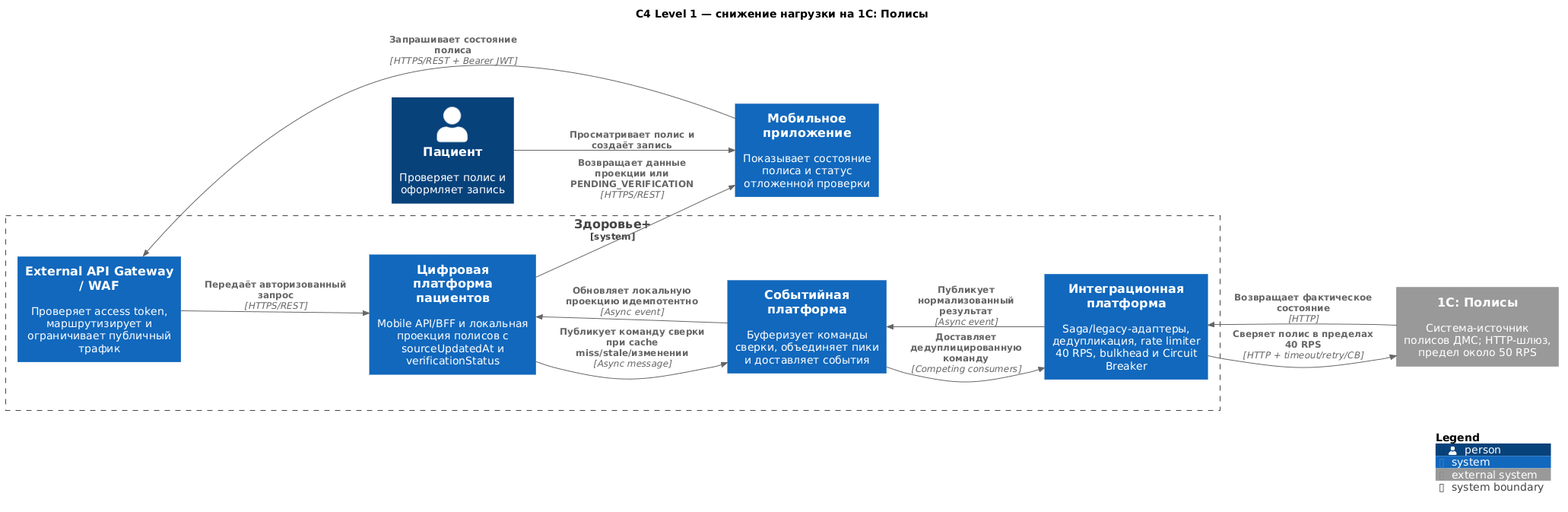
The PlantUML diagram Task4.1/insurance-load-reduction.png in NovikovMS/Solution-Health, before a commit. Its source is kept beside it as Task4.1/insurance-load-reduction.puml. Its diagram source:
```plantuml
@startuml
!include <C4/C4_Context>

title C4 Level 1 — снижение нагрузки на 1С: Полисы

LAYOUT_LEFT_RIGHT()

Person(patient, "Пациент", "Проверяет полис и оформляет запись")

System(mobile, "Мобильное приложение", "Показывает состояние полиса и статус отложенной проверки")
System_Boundary(healthplus, "Здоровье+") {
  System(gateway, "External API Gateway / WAF", "Проверяет access token, маршрутизирует и ограничивает публичный трафик")
  System(digital, "Цифровая платформа пациентов", "Mobile API/BFF и локальная проекция полисов с sourceUpdatedAt и verificationStatus")
  System(events, "Событийная платформа", "Буферизует команды сверки, объединяет пики и доставляет события")
  System(integration, "Интеграционная платформа", "Saga/legacy-адаптеры, дедупликация, rate limiter 40 RPS, bulkhead и Circuit Breaker")
}
System_Ext(policy1c, "1С: Полисы", "Система-источник полисов ДМС; HTTP-шлюз, предел около 50 RPS")

Rel(patient, mobile, "Просматривает полис и создаёт запись")
Rel(mobile, gateway, "Запрашивает состояние полиса", "HTTPS/REST + Bearer JWT")
Rel(gateway, digital, "Передаёт авторизованный запрос", "HTTPS/REST")
Rel(digital, mobile, "Возвращает данные проекции или PENDING_VERIFICATION", "HTTPS/REST")

Rel(digital, events, "Публикует команду сверки при cache miss/stale/изменении", "Async message")
Rel(events, integration, "Доставляет дедуплицированную команду", "Competing consumers")
Rel(integration, policy1c, "Сверяет полис в пределах 40 RPS", "HTTP + timeout/retry/CB")
Rel(policy1c, integration, "Возвращает фактическое состояние", "HTTP")
Rel(integration, events, "Публикует нормализованный результат", "Async event")
Rel(events, digital, "Обновляет локальную проекцию идемпотентно", "Async event")

SHOW_LEGEND()
@enduml
```
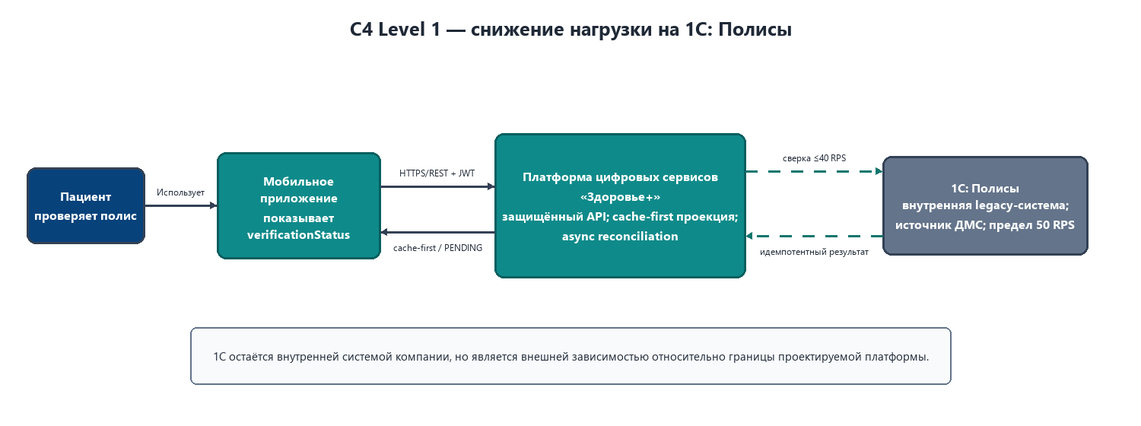
Above is the later version.

Diff of the diagram source:
```diff
@@ -8,25 +8,14 @@
 Person(patient, "Пациент", "Проверяет полис и оформляет запись")
 
 System(mobile, "Мобильное приложение", "Показывает состояние полиса и статус отложенной проверки")
-System_Boundary(healthplus, "Здоровье+") {
-  System(gateway, "External API Gateway / WAF", "Проверяет access token, маршрутизирует и ограничивает публичный трафик")
-  System(digital, "Цифровая платформа пациентов", "Mobile API/BFF и локальная проекция полисов с sourceUpdatedAt и verificationStatus")
-  System(events, "Событийная платформа", "Буферизует команды сверки, объединяет пики и доставляет события")
-  System(integration, "Интеграционная платформа", "Saga/legacy-адаптеры, дедупликация, rate limiter 40 RPS, bulkhead и Circuit Breaker")
-}
-System_Ext(policy1c, "1С: Полисы", "Система-источник полисов ДМС; HTTP-шлюз, предел около 50 RPS")
+System(healthplus, "Платформа цифровых сервисов «Здоровье+»", "Защищённый публичный API, cache-first проекция полисов и асинхронная сверка")
+System_Ext(policy1c, "1С: Полисы", "Внутренняя система компании, внешняя по отношению к проектируемой платформе; источник ДМС, предел около 50 RPS")
 
 Rel(patient, mobile, "Просматривает полис и создаёт запись")
-Rel(mobile, gateway, "Запрашивает состояние полиса", "HTTPS/REST + Bearer JWT")
-Rel(gateway, digital, "Передаёт авторизованный запрос", "HTTPS/REST")
-Rel(digital, mobile, "Возвращает данные проекции или PENDING_VERIFICATION", "HTTPS/REST")
-
-Rel(digital, events, "Публикует команду сверки при cache miss/stale/изменении", "Async message")
-Rel(events, integration, "Доставляет дедуплицированную команду", "Competing consumers")
-Rel(integration, policy1c, "Сверяет полис в пределах 40 RPS", "HTTP + timeout/retry/CB")
-Rel(policy1c, integration, "Возвращает фактическое состояние", "HTTP")
-Rel(integration, events, "Публикует нормализованный результат", "Async event")
-Rel(events, digital, "Обновляет локальную проекцию идемпотентно", "Async event")
+Rel(mobile, healthplus, "Запрашивает полис и отправляет команду через защищённый публичный API", "HTTPS/REST + Bearer JWT")
+Rel(healthplus, mobile, "Сразу возвращает cache-first проекцию или PENDING_VERIFICATION", "HTTPS/REST")
+Rel(healthplus, policy1c, "Асинхронно инициирует контролируемую сверку; HTTP-вызовы ограничены 40 RPS", "Async workflow + HTTP")
+Rel(policy1c, healthplus, "Возвращает состояние для идемпотентного обновления проекции", "HTTP response / async result")
 
 SHOW_LEGEND()
 @enduml
```
